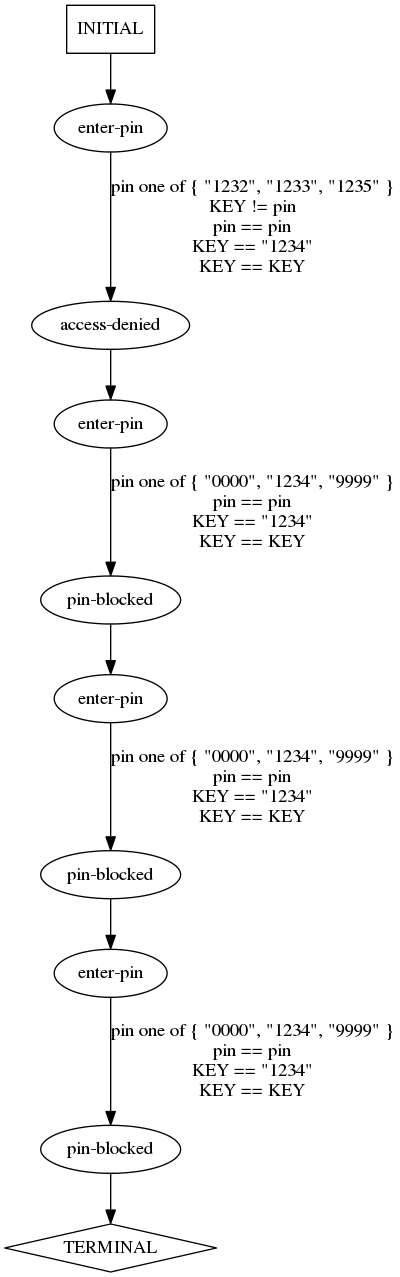
This is traces/abstract/verify-pin/predicted-paths/verify-pin-test16.dot.png from ModelInference/synoptic, a Graphviz export, as it was before one commit. Its source is kept beside it as traces/abstract/verify-pin/predicted-paths/verify-pin-test16.dot. Its diagram source:
```dot
digraph {
  0 [label="access-denied"];
  1 [label="enter-pin"];
  2 [label="enter-pin"];
  3 [label="enter-pin"];
  4 [label="enter-pin"];
  5 [label="pin-blocked"];
  6 [label="pin-blocked"];
  7 [label="pin-blocked"];
  8 [label="TERMINAL",shape=diamond];
  9 [label="INITIAL",shape=box];
0->2 [label="",];
1->0 [label="pin one of { \"1232\", \"1233\", \"1235\" }\nKEY != pin\npin == pin\nKEY == \"1234\"\nKEY == KEY",];
2->5 [label="pin one of { \"0000\", \"1234\", \"9999\" }\npin == pin\nKEY == \"1234\"\nKEY == KEY",];
3->6 [label="pin one of { \"0000\", \"1234\", \"9999\" }\npin == pin\nKEY == \"1234\"\nKEY == KEY",];
4->7 [label="pin one of { \"0000\", \"1234\", \"9999\" }\npin == pin\nKEY == \"1234\"\nKEY == KEY",];
5->3 [label="",];
6->4 [label="",];
7->8 [label="",];
9->1 [label="",];
} // digraph {
```
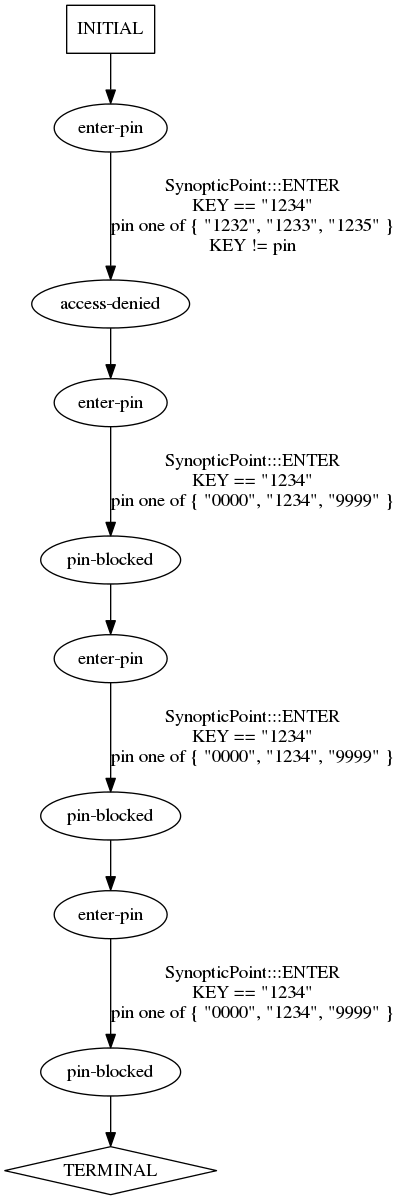
The same diagram one commit later.

Diff of the diagram source:
```diff
@@ -10,10 +10,10 @@
   8 [label="TERMINAL",shape=diamond];
   9 [label="INITIAL",shape=box];
 0->2 [label="",];
-1->0 [label="pin one of { \"1232\", \"1233\", \"1235\" }\nKEY != pin\npin == pin\nKEY == \"1234\"\nKEY == KEY",];
-2->5 [label="pin one of { \"0000\", \"1234\", \"9999\" }\npin == pin\nKEY == \"1234\"\nKEY == KEY",];
-3->6 [label="pin one of { \"0000\", \"1234\", \"9999\" }\npin == pin\nKEY == \"1234\"\nKEY == KEY",];
-4->7 [label="pin one of { \"0000\", \"1234\", \"9999\" }\npin == pin\nKEY == \"1234\"\nKEY == KEY",];
+1->0 [label="SynopticPoint:::ENTER\nKEY == \"1234\"\npin one of { \"1232\", \"1233\", \"1235\" }\nKEY != pin\n",];
+2->5 [label="SynopticPoint:::ENTER\nKEY == \"1234\"\npin one of { \"0000\", \"1234\", \"9999\" }\n",];
+3->6 [label="SynopticPoint:::ENTER\nKEY == \"1234\"\npin one of { \"0000\", \"1234\", \"9999\" }\n",];
+4->7 [label="SynopticPoint:::ENTER\nKEY == \"1234\"\npin one of { \"0000\", \"1234\", \"9999\" }\n",];
 5->3 [label="",];
 6->4 [label="",];
 7->8 [label="",];
```
